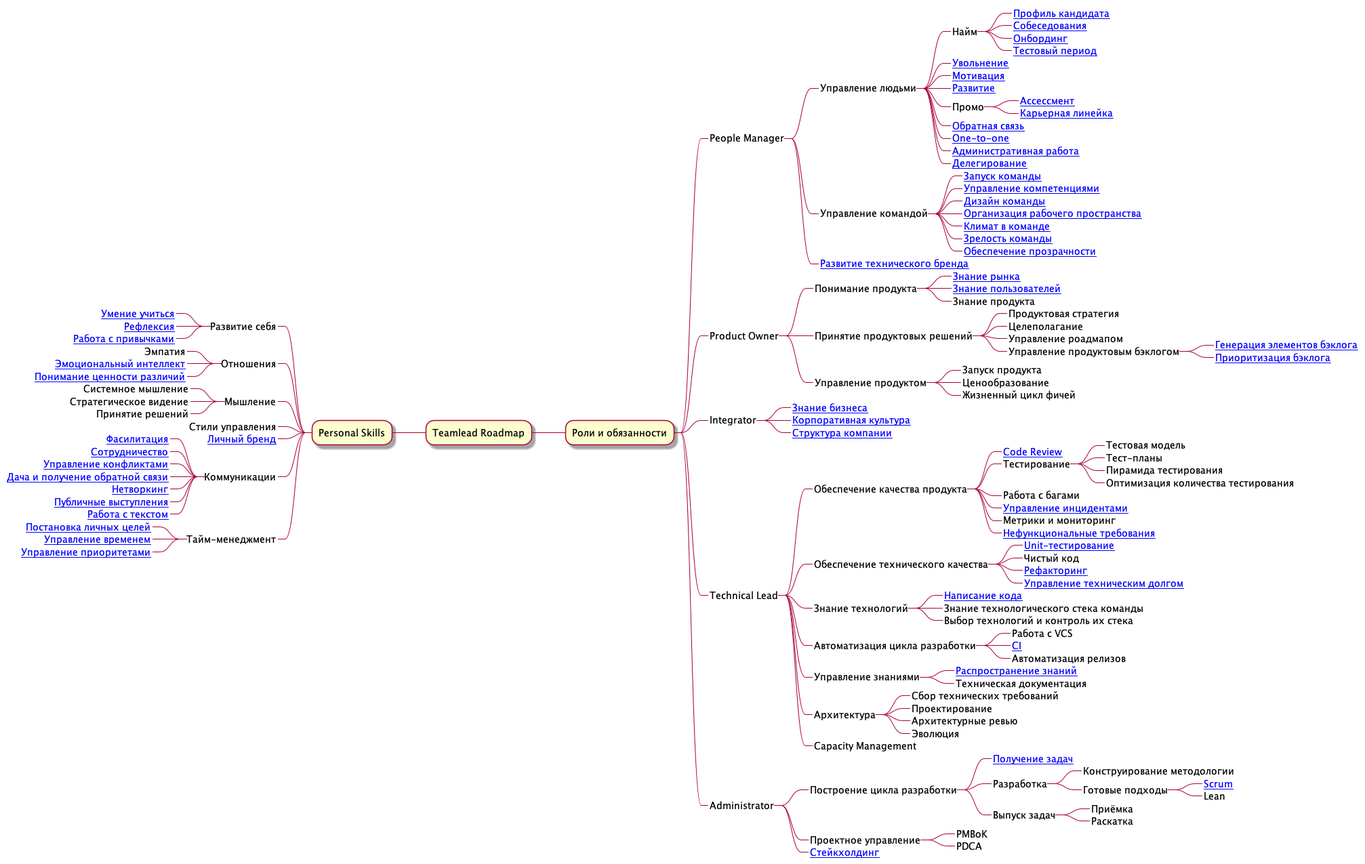
Before: roadmap.png, a diagram exported from PlantUML (tlbootcamp/tlroadmap). Its diagram source:
```plantuml
@startmindmap
* Teamlead Roadmap
** Роли и обязанности
***_ People Manager
****_ Управление людьми
*****_ Найм
******_ [[https://github.com/tlbootcamp/tlroadmap/blob/master/skills/resource-manager/profile.md Профиль кандидата]]
******_ [[https://github.com/tlbootcamp/tlroadmap/blob/master/skills/resource-manager/interview.md Собеседования]]
******_ [[https://github.com/tlbootcamp/tlroadmap/blob/master/skills/resource-manager/onboarding.md Онбординг]]
******_ [[https://github.com/tlbootcamp/tlroadmap/blob/master/skills/resource-manager/test-period.md Тестовый период]]
*****_ [[https://github.com/tlbootcamp/tlroadmap/blob/master/skills/resource-manager/firing.md Увольнение]]
*****_ [[https://github.com/tlbootcamp/tlroadmap/blob/master/skills/resource-manager/motivation.md Мотивация]]
*****_ [[https://github.com/tlbootcamp/tlroadmap/blob/master/skills/resource-manager/development.md Развитие]]
*****_ Промо
******_ [[https://github.com/tlbootcamp/tlroadmap/blob/master/skills/resource-manager/assessment.md Ассессмент]]
******_ [[https://github.com/tlbootcamp/tlroadmap/blob/master/skills/resource-manager/career.md Карьерная линейка]]
*****_ [[https://github.com/tlbootcamp/tlroadmap/blob/master/skills/resource-manager/feedback.md Обратная связь]]
*****_ [[https://github.com/tlbootcamp/tlroadmap/blob/master/skills/resource-manager/one-to-one.md One-to-one]]
*****_ [[https://github.com/tlbootcamp/tlroadmap/blob/master/skills/resource-manager/admin.md Административная работа]]
*****_ [[https://github.com/tlbootcamp/tlroadmap/blob/master/skills/resource-manager/delegation.md Делегирование]]
****_ Управление командой
*****_ [[https://github.com/tlbootcamp/tlroadmap/blob/master/skills/resource-manager/team-launch.md Запуск команды]]
*****_ [[https://github.com/tlbootcamp/tlroadmap/blob/master/skills/resource-manager/competency-management.md Управление компетенциями]]
*****_ [[https://github.com/tlbootcamp/tlroadmap/blob/master/skills/resource-manager/team-design.md Дизайн команды]]
*****_ [[https://github.com/tlbootcamp/tlroadmap/blob/master/skills/resource-manager/workspace.md Организация рабочего пространства]]
*****_ [[https://github.com/tlbootcamp/tlroadmap/blob/master/skills/resource-manager/team-climate.md Климат в команде]]
*****_ [[https://github.com/tlbootcamp/tlroadmap/blob/master/skills/resource-manager/team-maturity.md Зрелость команды]]
*****_ [[https://github.com/tlbootcamp/tlroadmap/blob/master/skills/resource-manager/transparency.md Обеспечение прозрачности]]
****_ [[https://github.com/tlbootcamp/tlroadmap/blob/master/skills/resource-manager/techpr.md Развитие технического бренда]]
***_ Product Owner
****_ Понимание продукта
*****_ [[https://github.com/tlbootcamp/tlroadmap/blob/master/skills/product-owner/market-knowledge.md Знание рынка]]
*****_ [[https://github.com/tlbootcamp/tlroadmap/blob/master/skills/product-owner/user-knowledge.md Знание пользователей]]
*****_ Знание продукта
****_ Принятие продуктовых решений
*****_ Продуктовая стратегия
*****_ Целеполагание
*****_ Управление роадмапом
*****_ Управление продуктовым бэклогом
******_ [[https://github.com/tlbootcamp/tlroadmap/blob/master/skills/product-owner/backlog-generation.md Генерация элементов бэклога]]
******_ [[https://github.com/tlbootcamp/tlroadmap/blob/master/skills/product-owner/backlog-prioritization.md Приоритизация бэклога]]
****_ Управление продуктом
*****_ Запуск продукта
*****_ Ценообразование
*****_ Жизненный цикл фичей
***_ Integrator
****_ [[https://github.com/tlbootcamp/tlroadmap/blob/master/skills/integrator/business-knowledge.md Знание бизнеса]]
****_ [[https://github.com/tlbootcamp/tlroadmap/blob/master/skills/integrator/corporate-culture.md Корпоративная культура]]
****_ [[https://github.com/tlbootcamp/tlroadmap/blob/master/skills/integrator/company-structure.md Структура компании]]
***_ Technical Lead
****_ Обеспечение качества продукта
*****_ [[https://github.com/tlbootcamp/tlroadmap/blob/master/skills/technical-lead/code-review.md Code Review]]
*****_ Тестирование
******_ Тестовая модель
******_ Тест-планы
******_ Пирамида тестирования
******_ Оптимизация количества тестирования
*****_ Работа с багами
*****_ [[https://github.com/tlbootcamp/tlroadmap/blob/master/skills/technical-lead/incident-management.md Управление инцидентами]]
*****_ Метрики и мониторинг
*****_ [[https://github.com/tlbootcamp/tlroadmap/blob/master/skills/technical-lead/nfr.md Нефункциональные требования]]
****_ Обеспечение технического качества
*****_ [[https://github.com/tlbootcamp/tlroadmap/blob/master/skills/technical-lead/unit-testing.md Unit-тестирование]]
*****_ Чистый код
*****_ [[https://github.com/tlbootcamp/tlroadmap/blob/master/skills/technical-lead/refactoring.md Рефакторинг]]
*****_ [[https://github.com/tlbootcamp/tlroadmap/blob/master/skills/technical-lead/technical-debt.md Управление техническим долгом]]
****_ Знание технологий
*****_ [[https://github.com/tlbootcamp/tlroadmap/blob/master/skills/technical-lead/code.md Написание кода]]
*****_ Знание технологического стека команды
*****_ Выбор технологий и контроль их стека
****_ Автоматизация цикла разработки
*****_ Работа с VCS
*****_ [[https://github.com/tlbootcamp/tlroadmap/blob/master/skills/technical-lead/ci.md CI]]
*****_ Автоматизация релизов
****_ Управление знаниями
*****_ [[https://github.com/tlbootcamp/tlroadmap/blob/master/skills/technical-lead/knowledge-management.md Распространение знаний]]
*****_ Техническая документация
****_ Архитектура
*****_ Сбор технических требований
*****_ Проектирование
*****_ Архитектурные ревью
*****_ Эволюция
****_ Capacity Management
***_ Administrator
****_ Построение цикла разработки
*****_ [[https://github.com/tlbootcamp/tlroadmap/blob/master/skills/administrator/task-inbox.md Получение задач]]
*****_ Разработка
******_ Конструирование методологии
******_ Готовые подходы
*******_ [[https://github.com/tlbootcamp/tlroadmap/blob/master/skills/administrator/scrum.md Scrum]]
*******_ Lean
*****_ Выпуск задач
******_ Приёмка
******_ Раскатка
****_ Проектное управление
*****_ PMBoK
*****_ PDCA
****_ [[https://github.com/tlbootcamp/tlroadmap/blob/master/skills/administrator/stakeholding.md Стейкхолдинг]]

left side

** Personal Skills
***_ Развитие себя
****_ [[https://github.com/tlbootcamp/tlroadmap/blob/master/skills/self-improvement/learning.md Умение учиться]]
****_ [[https://github.com/tlbootcamp/tlroadmap/blob/master/skills/self-improvement/reflection.md Рефлексия]]
****_ [[https://github.com/tlbootcamp/tlroadmap/blob/master/skills/self-improvement/habits.md Работа с привычками]]
***_ Отношения
****_ Эмпатия
****_ [[https://github.com/tlbootcamp/tlroadmap/blob/master/skills/self-improvement/emotional-intelligence.md Эмоциональный интеллект]]
****_ [[https://github.com/tlbootcamp/tlroadmap/blob/master/skills/self-improvement/diversity.md Понимание ценности различий]]
***_ Мышление
****_ Системное мышление
****_ Стратегическое видение
****_ Принятие решений
***_ Стили управления
***_ [[https://github.com/tlbootcamp/tlroadmap/blob/master/skills/self-improvement/personal-brand.md Личный бренд]]
***_ Коммуникации
****_ [[https://github.com/tlbootcamp/tlroadmap/blob/master/skills/self-improvement/facilitation.md Фасилитация]]
****_ [[https://github.com/tlbootcamp/tlroadmap/blob/master/skills/self-improvement/cooperation.md Сотрудничество]]
****_ [[https://github.com/tlbootcamp/tlroadmap/blob/master/skills/self-improvement/conflicts.md Управление конфликтами]]
****_ [[https://github.com/tlbootcamp/tlroadmap/blob/master/skills/self-improvement/feedback.md Дача и получение обратной связи]]
****_ [[https://github.com/tlbootcamp/tlroadmap/blob/master/skills/self-improvement/networking.md Нетворкинг]]
****_ [[https://github.com/tlbootcamp/tlroadmap/blob/master/skills/self-improvement/public-speaking.md Публичные выступления]]
****_ [[https://github.com/tlbootcamp/tlroadmap/blob/master/skills/self-improvement/text.md Работа с текстом]]
***_ Тайм-менеджмент
****_ [[https://github.com/tlbootcamp/tlroadmap/blob/master/skills/self-improvement/goal-setting.md Постановка личных целей]]
****_ [[https://github.com/tlbootcamp/tlroadmap/blob/master/skills/self-improvement/time-management.md Управление временем]]
****_ [[https://github.com/tlbootcamp/tlroadmap/blob/master/skills/self-improvement/prioritization.md Управление приоритетами]]

@endmindmap
```
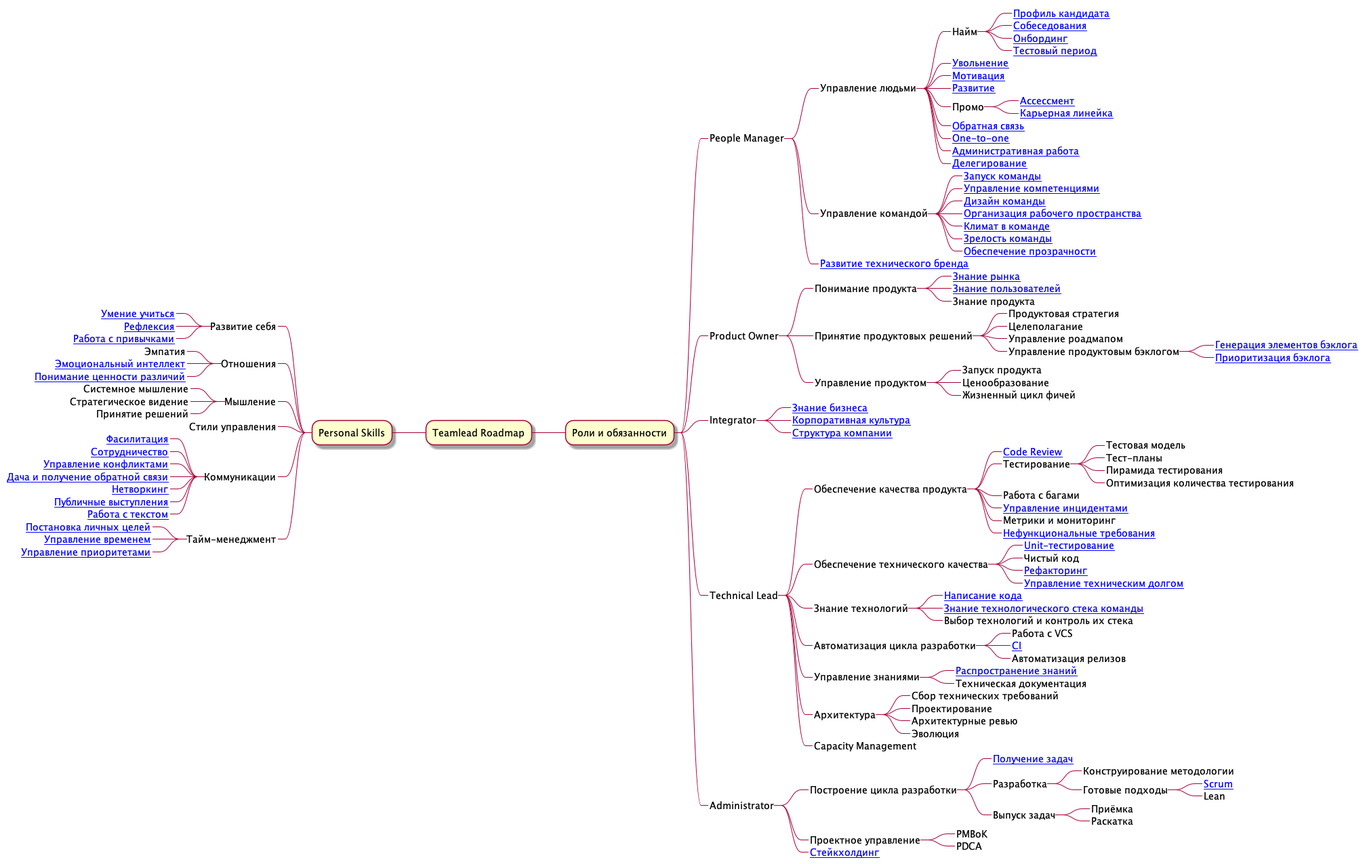
After the change.

What changed in the source:
```diff
@@ -66,7 +66,7 @@
 *****_ [[https://github.com/tlbootcamp/tlroadmap/blob/master/skills/technical-lead/technical-debt.md Управление техническим долгом]]
 ****_ Знание технологий
 *****_ [[https://github.com/tlbootcamp/tlroadmap/blob/master/skills/technical-lead/code.md Написание кода]]
-*****_ Знание технологического стека команды
+*****_ [[https://github.com/tlbootcamp/tlroadmap/blob/master/skills/technical-lead/stack-knowledge.md Знание технологического стека команды]]
 *****_ Выбор технологий и контроль их стека
 ****_ Автоматизация цикла разработки
 *****_ Работа с VCS
@@ -113,7 +113,6 @@
 ****_ Стратегическое видение
 ****_ Принятие решений
 ***_ Стили управления
-***_ [[https://github.com/tlbootcamp/tlroadmap/blob/master/skills/self-improvement/personal-brand.md Личный бренд]]
 ***_ Коммуникации
 ****_ [[https://github.com/tlbootcamp/tlroadmap/blob/master/skills/self-improvement/facilitation.md Фасилитация]]
 ****_ [[https://github.com/tlbootcamp/tlroadmap/blob/master/skills/self-improvement/cooperation.md Сотрудничество]]
```
